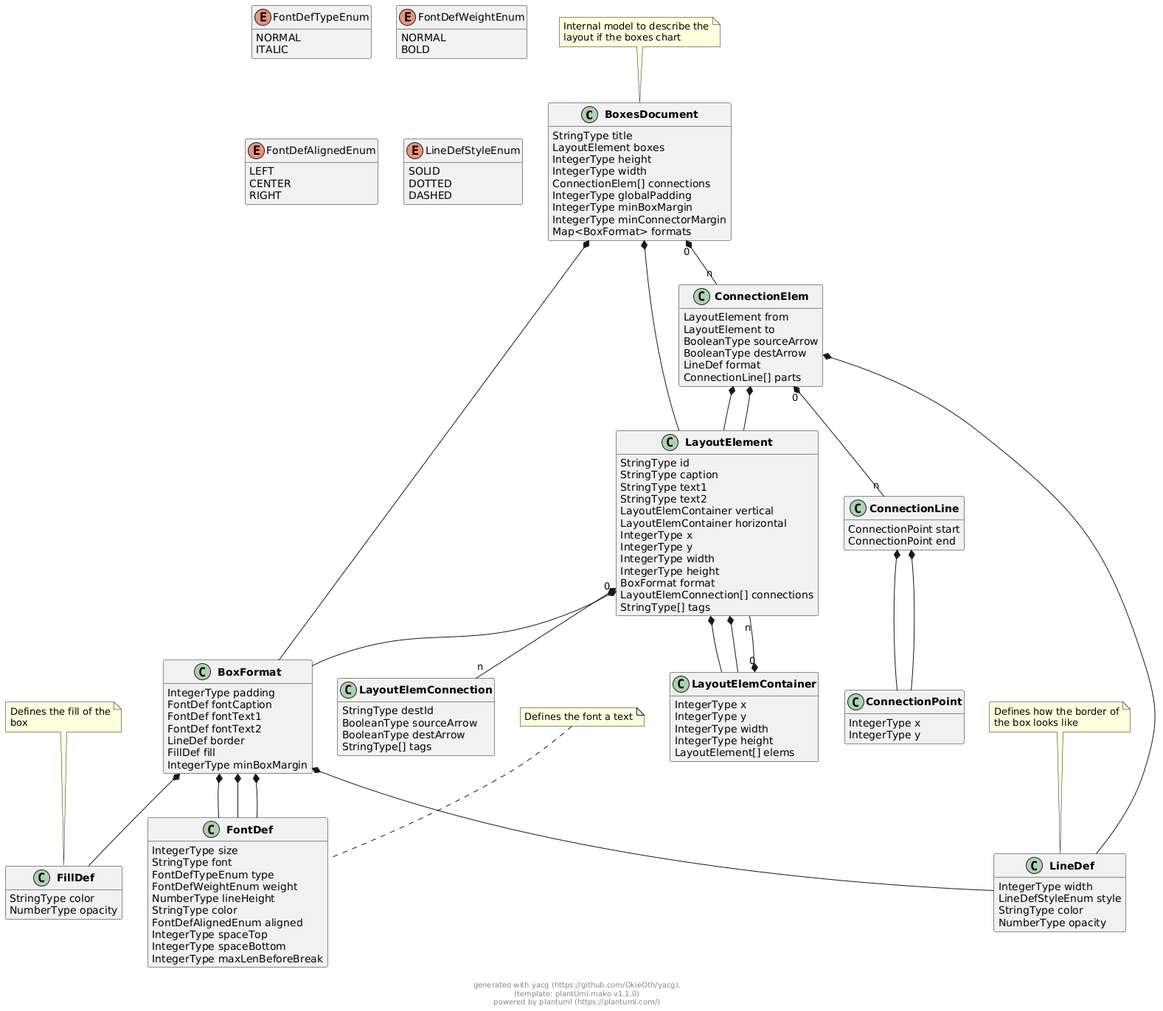
The PlantUML diagram docs/models/png/boxes_document.png in OkieOth/draw.chart.things, before a commit.
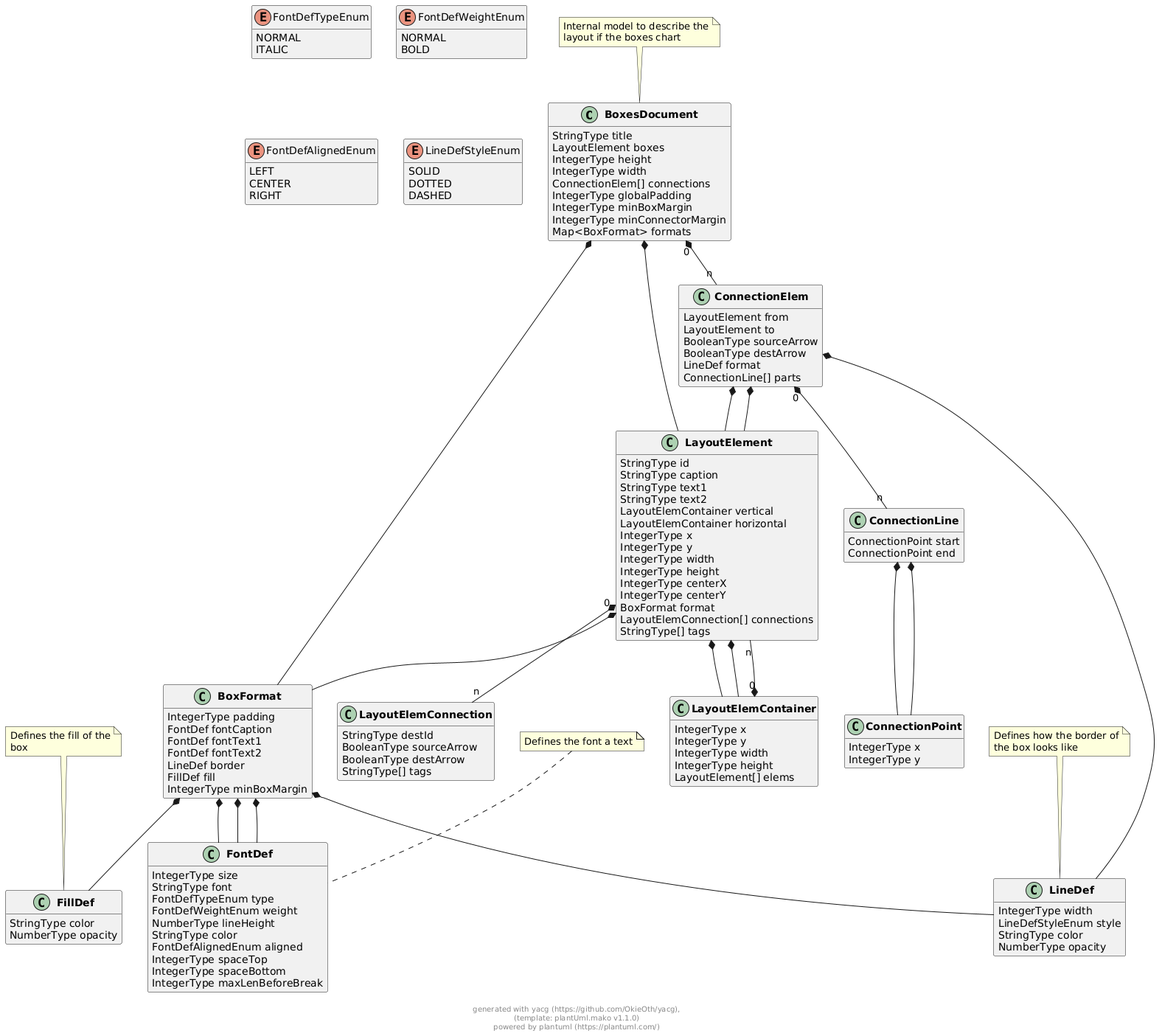
Later version of the same file.

Change to the diagram source:
```diff
@@ -29,6 +29,8 @@
         IntegerType y
         IntegerType width
         IntegerType height
+        IntegerType centerX
+        IntegerType centerY
         BoxFormat format
         LayoutElemConnection[] connections
         StringType[] tags
@@ -176,6 +178,8 @@
 
 
 
+
+
 LayoutElement  *--  BoxFormat
 
 LayoutElement "0" *-- "n" LayoutElemConnection
```
